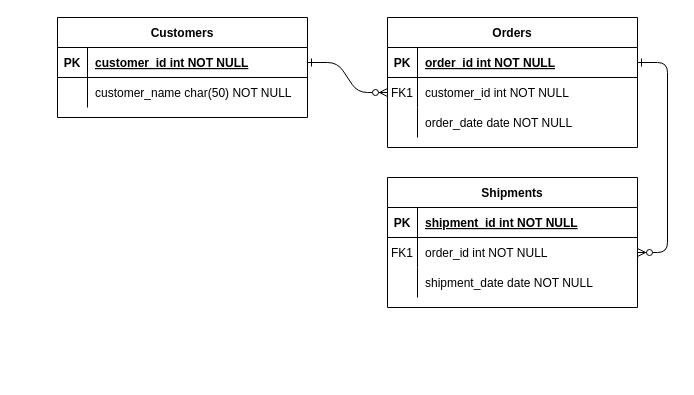
Earlier version of the draw.io diagram oppgavesett5.drawio (Benedicte-Johansen/data1500). Source tidied: cells renumbered, new cells numbered last; positions are measured from the earlier drawing's top-left corner, leaving out a move shared by most shapes. Both pictures are drawn from the tidied source at 100%, with x=0, y=0 at pixel (57, 17).
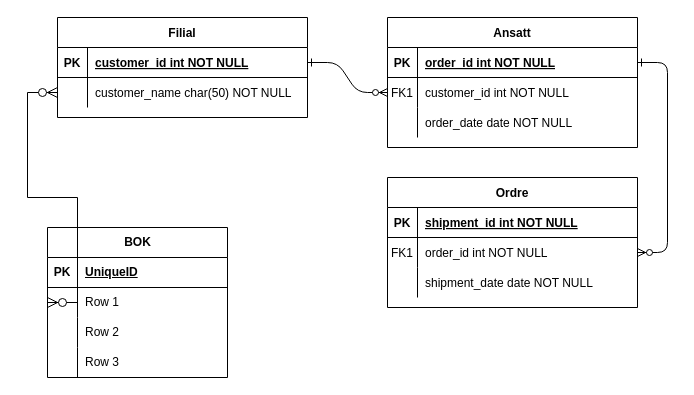
Above is the later version.

The change refers to these unchanged cells:
```xml
<mxCell id="28" style="shape=partialRectangle;fillColor=none;points=[[0,0.5],[1,0.5]];portConstraint=eastwest;top=0;left=0;right=0;bottom=0;" parent="24" vertex="1">
  <mxGeometry y="60" width="250" height="30" as="geometry" />
</mxCell>
```

Change to the diagram source:
```diff
@@
-    <mxCell id="4" value="Orders" style="shape=table;startSize=30;childLayout=tableLayout;rowLines=0;fontStyle=1;align=center;" parent="1" vertex="1">
+    <mxCell id="4" value="Ansatt" style="shape=table;startSize=30;childLayout=tableLayout;rowLines=0;fontStyle=1;align=center;" parent="1" vertex="1">
       <mxGeometry x="330" width="250" height="130" as="geometry" />
     </mxCell>
@@
-    <mxCell id="14" value="Shipments" style="shape=table;startSize=30;childLayout=tableLayout;rowLines=0;fontStyle=1;align=center;" parent="1" vertex="1">
+    <mxCell id="14" value="Ordre" style="shape=table;startSize=30;childLayout=tableLayout;rowLines=0;fontStyle=1;align=center;" parent="1" vertex="1">
       <mxGeometry x="330" y="160" width="250" height="130" as="geometry" />
     </mxCell>
@@
-    <mxCell id="24" value="Customers" style="shape=table;startSize=30;childLayout=tableLayout;rowLines=0;fontStyle=1;align=center;" parent="1" vertex="1">
+    <mxCell id="24" value="Filial" style="shape=table;startSize=30;childLayout=tableLayout;rowLines=0;fontStyle=1;align=center;" parent="1" vertex="1">
       <mxGeometry width="250" height="100" as="geometry" />
     </mxCell>
@@
+    <mxCell id="31" value="BOK" style="shape=table;startSize=30;childLayout=tableLayout;rowLines=0;fontStyle=1;align=center;html=1;" parent="1" vertex="1">
+      <mxGeometry x="-10" y="210" width="180" height="150" as="geometry" />
+    </mxCell>
+    <mxCell id="32" style="shape=tableRow;horizontal=0;startSize=0;swimlaneHead=0;swimlaneBody=0;fillColor=none;top=0;left=0;right=0;bottom=1;" parent="31" vertex="1">
+      <mxGeometry y="30" width="180" height="30" as="geometry" />
+    </mxCell>
+    <mxCell id="33" value="PK" style="shape=partialRectangle;fillColor=none;top=0;left=0;bottom=0;right=0;fontStyle=1;overflow=hidden;whiteSpace=wrap;html=1;" parent="32" vertex="1">
+      <mxGeometry width="30" height="30" as="geometry" />
+    </mxCell>
+    <mxCell id="34" value="UniqueID" style="shape=partialRectangle;fillColor=none;top=0;left=0;bottom=0;right=0;align=left;spacingLeft=6;fontStyle=5;overflow=hidden;whiteSpace=wrap;html=1;" parent="32" vertex="1">
+      <mxGeometry x="30" width="150" height="30" as="geometry" />
+    </mxCell>
+    <mxCell id="35" style="shape=tableRow;horizontal=0;startSize=0;swimlaneHead=0;swimlaneBody=0;fillColor=none;points=[[0,0.5],[1,0.5]];portConstraint=eastwest;top=0;left=0;right=0;bottom=0;" parent="31" vertex="1">
+      <mxGeometry y="60" width="180" height="30" as="geometry" />
+    </mxCell>
+    <mxCell id="36" style="shape=partialRectangle;fillColor=none;top=0;left=0;bottom=0;right=0;overflow=hidden;whiteSpace=wrap;html=1;" parent="35" vertex="1">
+      <mxGeometry width="30" height="30" as="geometry" />
+    </mxCell>
+    <mxCell id="37" value="Row 1" style="shape=partialRectangle;fillColor=none;top=0;left=0;bottom=0;right=0;align=left;spacingLeft=6;overflow=hidden;whiteSpace=wrap;html=1;" parent="35" vertex="1">
+      <mxGeometry x="30" width="150" height="30" as="geometry" />
+    </mxCell>
+    <mxCell id="38" style="shape=tableRow;horizontal=0;startSize=0;swimlaneHead=0;swimlaneBody=0;fillColor=none;top=0;left=0;right=0;bottom=0;" parent="31" vertex="1">
+      <mxGeometry y="90" width="180" height="30" as="geometry" />
+    </mxCell>
+    <mxCell id="39" style="shape=partialRectangle;fillColor=none;top=0;left=0;bottom=0;right=0;overflow=hidden;whiteSpace=wrap;html=1;" parent="38" vertex="1">
+      <mxGeometry width="30" height="30" as="geometry" />
+    </mxCell>
+    <mxCell id="40" value="Row 2" style="shape=partialRectangle;fillColor=none;top=0;left=0;bottom=0;right=0;align=left;spacingLeft=6;overflow=hidden;whiteSpace=wrap;html=1;" parent="38" vertex="1">
+      <mxGeometry x="30" width="150" height="30" as="geometry" />
+    </mxCell>
+    <mxCell id="41" style="shape=tableRow;horizontal=0;startSize=0;swimlaneHead=0;swimlaneBody=0;fillColor=none;top=0;left=0;right=0;bottom=0;" parent="31" vertex="1">
+      <mxGeometry y="120" width="180" height="30" as="geometry" />
+    </mxCell>
+    <mxCell id="42" style="shape=partialRectangle;fillColor=none;top=0;left=0;bottom=0;right=0;overflow=hidden;whiteSpace=wrap;html=1;" parent="41" vertex="1">
+      <mxGeometry width="30" height="30" as="geometry" />
+    </mxCell>
+    <mxCell id="43" value="Row 3" style="shape=partialRectangle;fillColor=none;top=0;left=0;bottom=0;right=0;align=left;spacingLeft=6;overflow=hidden;whiteSpace=wrap;html=1;" parent="41" vertex="1">
+      <mxGeometry x="30" width="150" height="30" as="geometry" />
+    </mxCell>
+    <mxCell id="44" style="edgeStyle=entityRelationEdgeStyle;fontSize=12;html=1;endArrow=ERzeroToMany;endFill=1;startArrow=ERzeroToMany;rounded=0;startSize=8;endSize=8;exitX=0;exitY=0.5;exitDx=0;exitDy=0;entryX=0;entryY=0.5;entryDx=0;entryDy=0;" parent="1" edge="1" source="35" target="28">
+      <mxGeometry relative="1" as="geometry">
+        <Array as="points">
+          <mxPoint x="-50" y="210" />
+          <mxPoint x="-90" y="240" />
+          <mxPoint x="-50" y="190" />
+          <mxPoint x="-50" y="240" />
+          <mxPoint x="-80" y="210" />
+        </Array>
+      </mxGeometry>
+    </mxCell>
```
